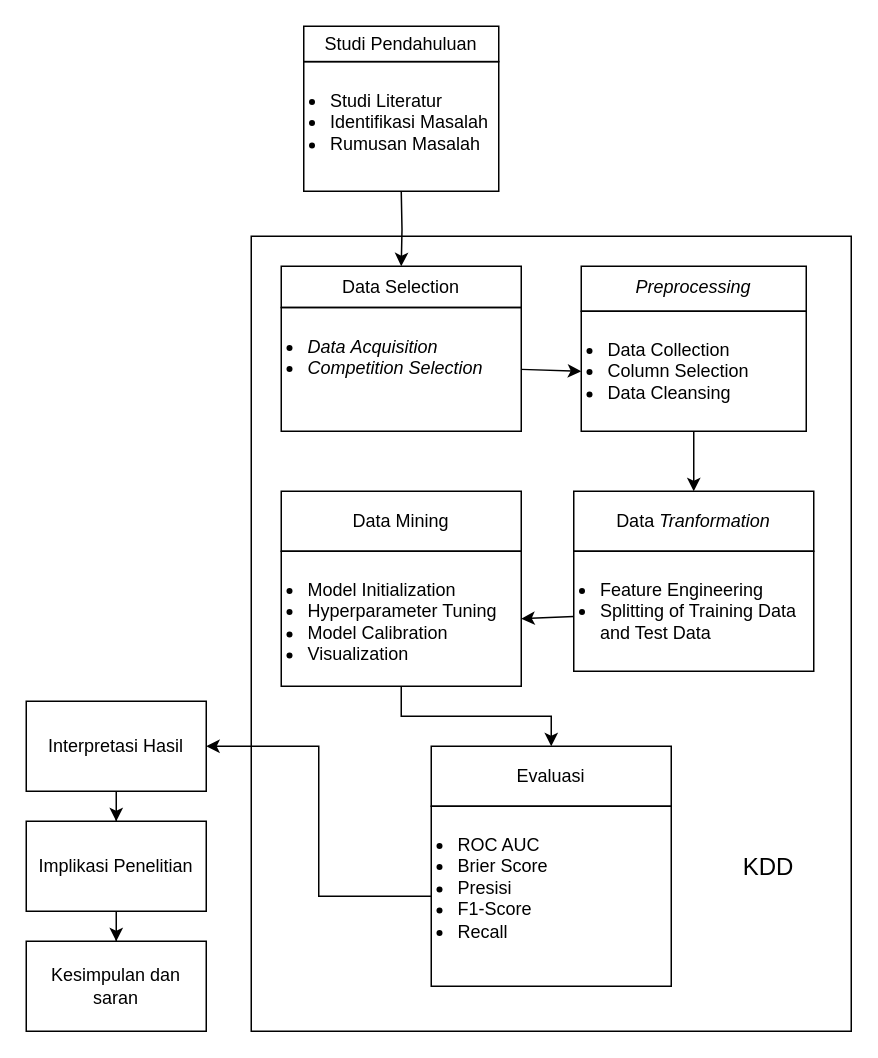
Earlier version of the draw.io diagram diagrams/Tahapan Penelitian.drawio (fadhilra101/skripsi). Source tidied: cells renumbered, new cells numbered last; positions are measured from the earlier drawing's top-left corner, leaving out a move shared by most shapes. Both pictures are drawn from the tidied source at 150%, with x=0, y=0 at pixel (26, 26).
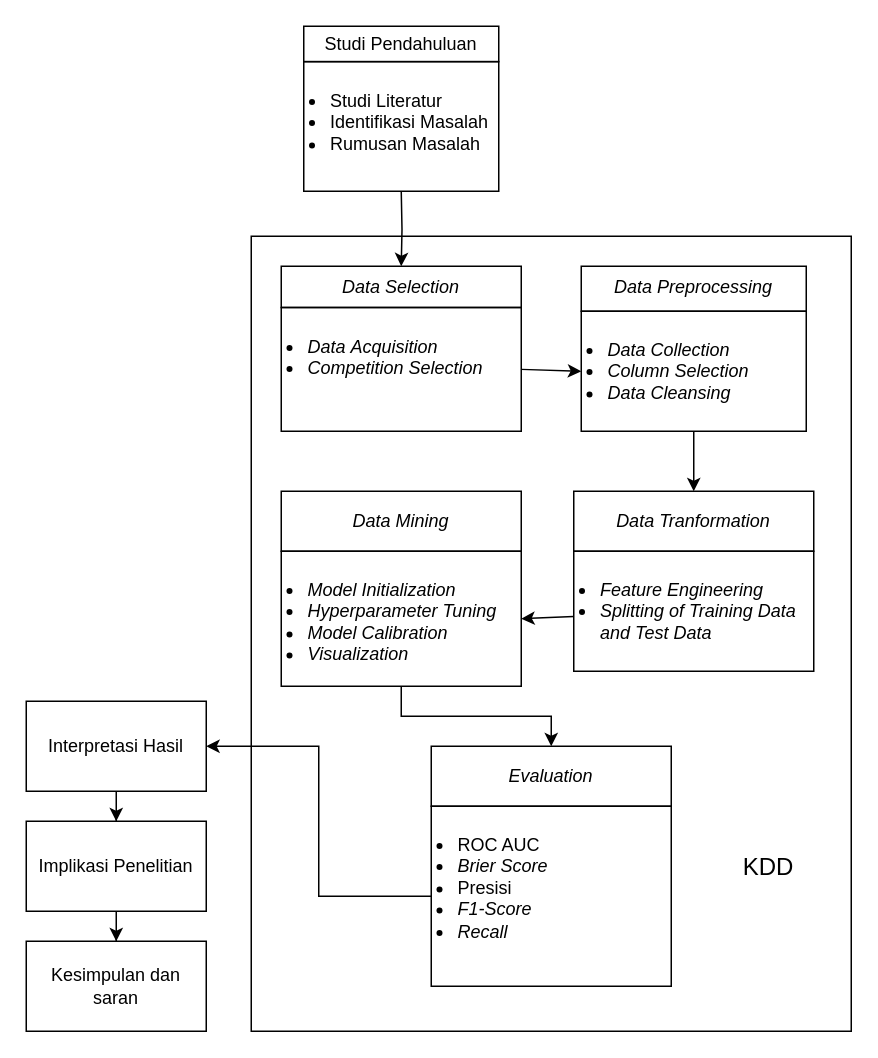
After the change.

The change refers to these unchanged cells:
```xml
<mxCell id="7" style="group;verticalAlign=top;" parent="1" vertex="1">
  <mxGeometry x="170" y="160" width="160" height="110" as="geometry" />
</mxCell>
```

The edit, as a diff of the source:
```diff
@@
-    <mxCell id="4" value="Evaluasi" style="rounded=0;whiteSpace=wrap;html=1;fillColor=none;" parent="1" vertex="1">
+    <mxCell id="4" value="&lt;i&gt;Evaluation&lt;/i&gt;" style="rounded=0;whiteSpace=wrap;html=1;fillColor=none;" parent="1" vertex="1">
       <mxGeometry x="270" y="480" width="160" height="40" as="geometry" />
     </mxCell>
@@
-    <mxCell id="6" value="&lt;ul style=&quot;padding-left: 16px;&quot;&gt;&lt;li&gt;ROC AUC&lt;/li&gt;&lt;li&gt;Brier Score&lt;/li&gt;&lt;li&gt;&lt;span style=&quot;text-align: center;&quot;&gt;Presisi&lt;/span&gt;&lt;/li&gt;&lt;li&gt;&lt;span style=&quot;text-align: center;&quot;&gt;F1-Score&lt;/span&gt;&lt;/li&gt;&lt;li&gt;&lt;span style=&quot;text-align: center;&quot;&gt;Recall&lt;/span&gt;&lt;/li&gt;&lt;/ul&gt;" style="rounded=0;whiteSpace=wrap;html=1;fillColor=none;align=left;verticalAlign=top;" parent="1" vertex="1">
+    <mxCell id="6" value="&lt;ul style=&quot;padding-left: 16px;&quot;&gt;&lt;li&gt;ROC AUC&lt;/li&gt;&lt;li&gt;&lt;i&gt;Brier Score&lt;/i&gt;&lt;/li&gt;&lt;li&gt;&lt;span style=&quot;text-align: center;&quot;&gt;Presisi&lt;/span&gt;&lt;/li&gt;&lt;li&gt;&lt;span style=&quot;text-align: center;&quot;&gt;&lt;i&gt;F1-Score&lt;/i&gt;&lt;/span&gt;&lt;/li&gt;&lt;li&gt;&lt;span style=&quot;text-align: center;&quot;&gt;&lt;i&gt;Recall&lt;/i&gt;&lt;/span&gt;&lt;/li&gt;&lt;/ul&gt;" style="rounded=0;whiteSpace=wrap;html=1;fillColor=none;align=left;verticalAlign=top;" parent="1" vertex="1">
       <mxGeometry x="270" y="520" width="160" height="120" as="geometry" />
     </mxCell>
@@
-    <mxCell id="8" value="Data Selection" style="rounded=0;whiteSpace=wrap;html=1;fillColor=none;" parent="7" vertex="1">
+    <mxCell id="8" value="&lt;i&gt;Data Selection&lt;/i&gt;" style="rounded=0;whiteSpace=wrap;html=1;fillColor=none;" parent="7" vertex="1">
       <mxGeometry width="160" height="27.5" as="geometry" />
     </mxCell>
@@
-    <mxCell id="19" value="&lt;i&gt;Preprocessing&lt;/i&gt;" style="rounded=0;whiteSpace=wrap;html=1;fillColor=none;verticalAlign=top;" parent="1" vertex="1">
+    <mxCell id="19" value="&lt;i&gt;Data Preprocessing&lt;/i&gt;" style="rounded=0;whiteSpace=wrap;html=1;fillColor=none;verticalAlign=top;" parent="1" vertex="1">
       <mxGeometry x="370" y="160" width="150" height="30" as="geometry" />
     </mxCell>
@@
-    <mxCell id="21" value="&lt;ul style=&quot;padding-left: 16px;&quot;&gt;&lt;li&gt;Data Collection&lt;/li&gt;&lt;li&gt;Column Selection&lt;/li&gt;&lt;li&gt;Data&amp;nbsp;Cleansing&lt;/li&gt;&lt;/ul&gt;" style="rounded=0;fillColor=none;align=left;verticalAlign=top;html=1;" parent="1" vertex="1">
+    <mxCell id="21" value="&lt;ul style=&quot;padding-left: 16px;&quot;&gt;&lt;li&gt;&lt;i&gt;Data Collection&lt;/i&gt;&lt;/li&gt;&lt;li&gt;&lt;i&gt;Column Selection&lt;/i&gt;&lt;/li&gt;&lt;li&gt;&lt;i&gt;Data&amp;nbsp;Cleansing&lt;/i&gt;&lt;/li&gt;&lt;/ul&gt;" style="rounded=0;fillColor=none;align=left;verticalAlign=top;html=1;" parent="1" vertex="1">
       <mxGeometry x="370" y="190" width="150" height="80" as="geometry" />
     </mxCell>
@@
-    <mxCell id="23" value="&lt;ul style=&quot;padding-left: 16px;&quot;&gt;&lt;li&gt;Feature Engineering&lt;/li&gt;&lt;li&gt;Splitting of Training Data and Test Data&lt;/li&gt;&lt;/ul&gt;" style="rounded=0;whiteSpace=wrap;html=1;fillColor=none;verticalAlign=top;align=left;" parent="1" vertex="1">
+    <mxCell id="23" value="&lt;ul style=&quot;padding-left: 16px;&quot;&gt;&lt;li&gt;&lt;i&gt;Feature Engineering&lt;/i&gt;&lt;/li&gt;&lt;li&gt;&lt;i&gt;Splitting of Training Data and Test Data&lt;/i&gt;&lt;/li&gt;&lt;/ul&gt;" style="rounded=0;whiteSpace=wrap;html=1;fillColor=none;verticalAlign=top;align=left;" parent="1" vertex="1">
       <mxGeometry x="365" y="350" width="160" height="80" as="geometry" />
     </mxCell>
-    <mxCell id="24" value="Data&amp;nbsp;&lt;i&gt;Tranformation&lt;/i&gt;" style="rounded=0;whiteSpace=wrap;html=1;fillColor=none;" parent="1" vertex="1">
+    <mxCell id="24" value="&lt;i&gt;Data&amp;nbsp;Tranformation&lt;/i&gt;" style="rounded=0;whiteSpace=wrap;html=1;fillColor=none;" parent="1" vertex="1">
       <mxGeometry x="365" y="310" width="160" height="40" as="geometry" />
     </mxCell>
@@
-    <mxCell id="26" value="&lt;ul style=&quot;padding-left: 16px;&quot;&gt;&lt;li&gt;Model Initialization&lt;/li&gt;&lt;li&gt;Hyperparameter Tuning&lt;/li&gt;&lt;li&gt;Model Calibration&lt;/li&gt;&lt;li&gt;Visualization&lt;/li&gt;&lt;/ul&gt;" style="rounded=0;whiteSpace=wrap;html=1;fillColor=none;verticalAlign=top;align=left;" parent="1" vertex="1">
+    <mxCell id="26" value="&lt;ul style=&quot;padding-left: 16px;&quot;&gt;&lt;li&gt;&lt;i&gt;Model Initialization&lt;/i&gt;&lt;/li&gt;&lt;li&gt;&lt;i&gt;Hyperparameter Tuning&lt;/i&gt;&lt;/li&gt;&lt;li&gt;&lt;i&gt;Model Calibration&lt;/i&gt;&lt;/li&gt;&lt;li&gt;&lt;i&gt;Visualization&lt;/i&gt;&lt;/li&gt;&lt;/ul&gt;" style="rounded=0;whiteSpace=wrap;html=1;fillColor=none;verticalAlign=top;align=left;" parent="1" vertex="1">
       <mxGeometry x="170" y="350" width="160" height="90" as="geometry" />
     </mxCell>
-    <mxCell id="27" value="Data Mining" style="rounded=0;whiteSpace=wrap;html=1;fillColor=none;" parent="1" vertex="1">
+    <mxCell id="27" value="&lt;i&gt;Data Mining&lt;/i&gt;" style="rounded=0;whiteSpace=wrap;html=1;fillColor=none;" parent="1" vertex="1">
       <mxGeometry x="170" y="310" width="160" height="40" as="geometry" />
     </mxCell>
```
